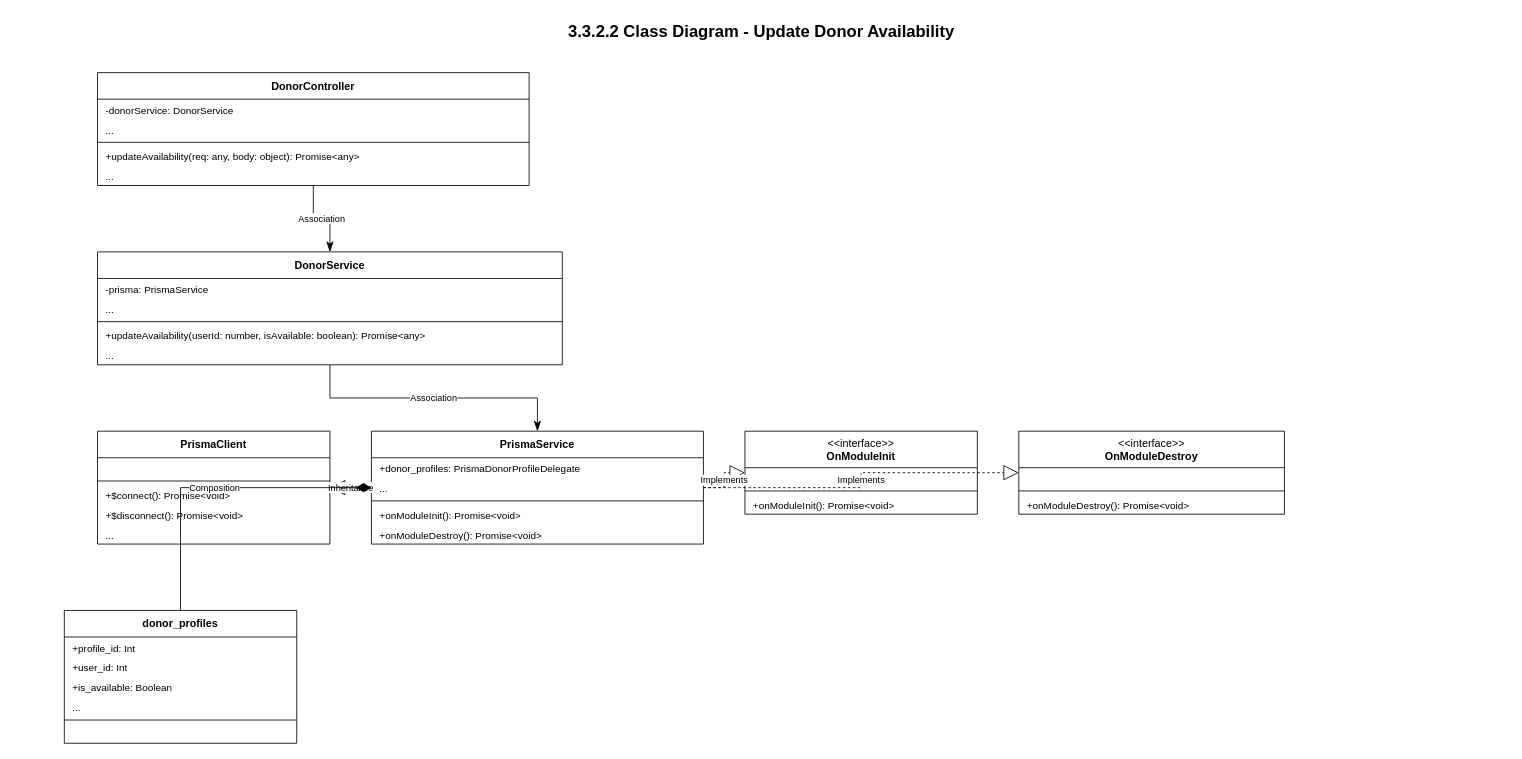
Before: page "Update Donor Availability" (3 of 7) of donor_all_class_diagrams.drawio in CuongBC195/class-diagram-donation-blood, a draw.io diagram. Source tidied: cells renumbered, new cells numbered last; positions are measured from the earlier drawing's top-left corner, leaving out a move shared by most shapes. Both pictures are drawn from the tidied source at 83%, with x=0, y=0 at pixel (14, 14).
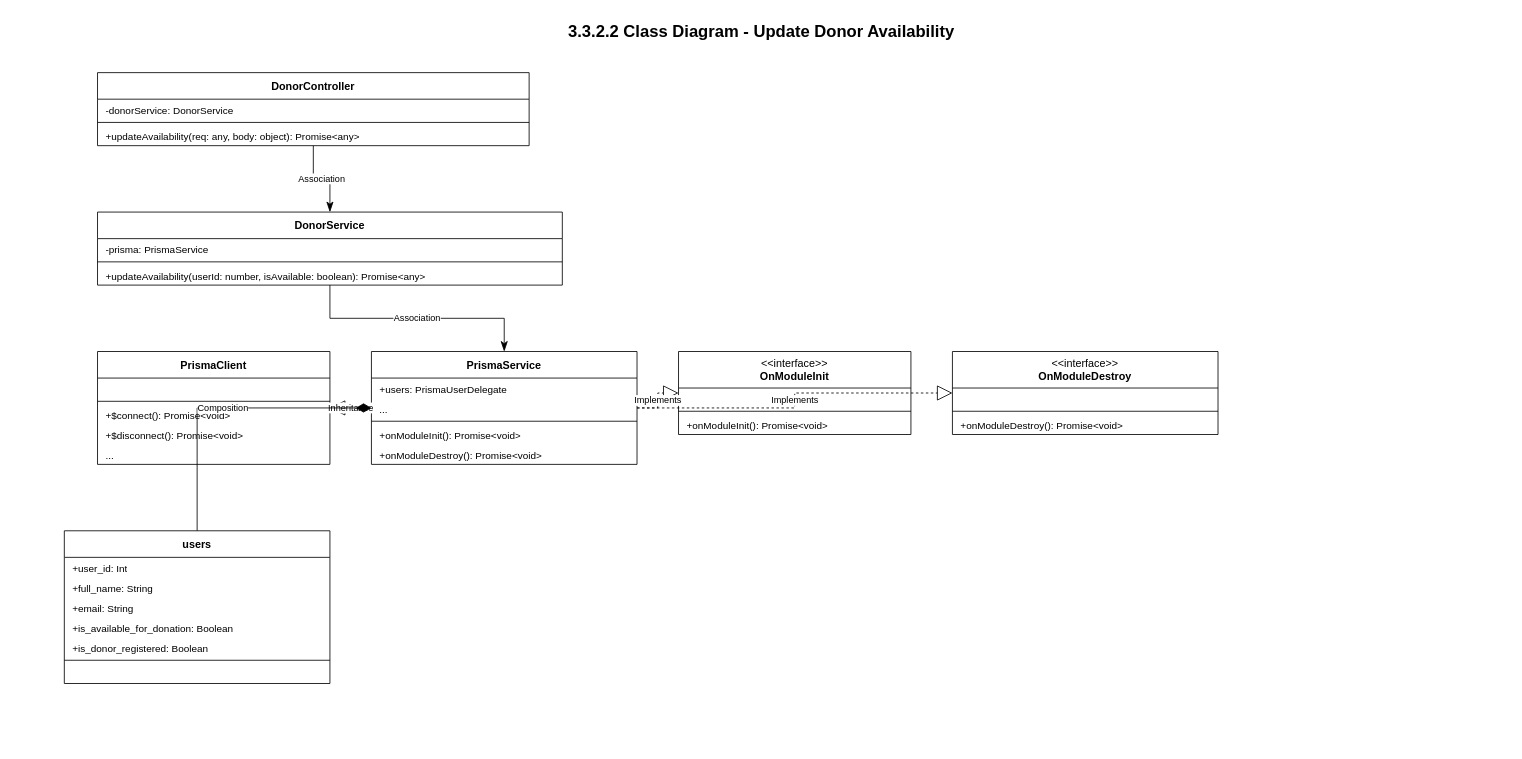
Above is the later version.

Commit message (it also covers changes not shown here):
fix(diagrams): audit Module 3.3 Donor (7 tabs) 100% matched with code & schema

What changed in the source:
```diff
@@
     <mxCell id="3" value="&lt;b&gt;DonorController&lt;/b&gt;" style="swimlane;fontStyle=0;horizontal=1;startSize=32;whiteSpace=wrap;html=1;fillColor=#ffffff;strokeColor=#000000;swimlaneFillColor=#ffffff;fontColor=#000000;fontFamily=Arial;fontSize=13;" parent="1" vertex="1">
-      <mxGeometry x="100" y="70" width="520" height="136" as="geometry" />
+      <mxGeometry x="100" y="70" width="520" height="88" as="geometry" />
     </mxCell>
@@
-    <mxCell id="5" value="..." style="text;strokeColor=none;fillColor=none;align=left;verticalAlign=top;spacingLeft=8;spacingRight=8;overflow=hidden;whiteSpace=wrap;html=1;fontFamily=Arial;fontSize=12;fontColor=#000000;" parent="3" vertex="1">
-      <mxGeometry y="56" width="520" height="24" as="geometry" />
-    </mxCell>
     <mxCell id="6" style="line;strokeWidth=1;fillColor=none;strokeColor=#000000;align=left;verticalAlign=middle;" parent="3" vertex="1">
-      <mxGeometry y="80" width="520" height="8" as="geometry" />
+      <mxGeometry y="56" width="520" height="8" as="geometry" />
     </mxCell>
     <mxCell id="7" value="+updateAvailability(req: any, body: object): Promise&amp;lt;any&amp;gt;" style="text;strokeColor=none;fillColor=none;align=left;verticalAlign=top;spacingLeft=8;spacingRight=8;overflow=hidden;whiteSpace=wrap;html=1;fontFamily=Arial;fontSize=12;fontColor=#000000;" parent="3" vertex="1">
-      <mxGeometry y="88" width="520" height="24" as="geometry" />
+      <mxGeometry y="64" width="520" height="24" as="geometry" />
     </mxCell>
-    <mxCell id="8" value="..." style="text;strokeColor=none;fillColor=none;align=left;verticalAlign=top;spacingLeft=8;spacingRight=8;overflow=hidden;whiteSpace=wrap;html=1;fontFamily=Arial;fontSize=12;fontColor=#000000;" parent="3" vertex="1">
-      <mxGeometry y="112" width="520" height="24" as="geometry" />
-    </mxCell>
     <mxCell id="9" value="&lt;b&gt;DonorService&lt;/b&gt;" style="swimlane;fontStyle=0;horizontal=1;startSize=32;whiteSpace=wrap;html=1;fillColor=#ffffff;strokeColor=#000000;swimlaneFillColor=#ffffff;fontColor=#000000;fontFamily=Arial;fontSize=13;" parent="1" vertex="1">
-      <mxGeometry x="100" y="286" width="560" height="136" as="geometry" />
+      <mxGeometry x="100" y="238" width="560" height="88" as="geometry" />
     </mxCell>
@@
-    <mxCell id="11" value="..." style="text;strokeColor=none;fillColor=none;align=left;verticalAlign=top;spacingLeft=8;spacingRight=8;overflow=hidden;whiteSpace=wrap;html=1;fontFamily=Arial;fontSize=12;fontColor=#000000;" parent="9" vertex="1">
-      <mxGeometry y="56" width="560" height="24" as="geometry" />
-    </mxCell>
     <mxCell id="12" style="line;strokeWidth=1;fillColor=none;strokeColor=#000000;align=left;verticalAlign=middle;" parent="9" vertex="1">
-      <mxGeometry y="80" width="560" height="8" as="geometry" />
+      <mxGeometry y="56" width="560" height="8" as="geometry" />
     </mxCell>
     <mxCell id="13" value="+updateAvailability(userId: number, isAvailable: boolean): Promise&amp;lt;any&amp;gt;" style="text;strokeColor=none;fillColor=none;align=left;verticalAlign=top;spacingLeft=8;spacingRight=8;overflow=hidden;whiteSpace=wrap;html=1;fontFamily=Arial;fontSize=12;fontColor=#000000;" parent="9" vertex="1">
-      <mxGeometry y="88" width="560" height="24" as="geometry" />
+      <mxGeometry y="64" width="560" height="24" as="geometry" />
     </mxCell>
-    <mxCell id="14" value="..." style="text;strokeColor=none;fillColor=none;align=left;verticalAlign=top;spacingLeft=8;spacingRight=8;overflow=hidden;whiteSpace=wrap;html=1;fontFamily=Arial;fontSize=12;fontColor=#000000;" parent="9" vertex="1">
-      <mxGeometry y="112" width="560" height="24" as="geometry" />
-    </mxCell>
     <mxCell id="15" value="&amp;lt;&amp;lt;interface&amp;gt;&amp;gt;&lt;br&gt;&lt;b&gt;OnModuleInit&lt;/b&gt;" style="swimlane;fontStyle=0;horizontal=1;startSize=44;whiteSpace=wrap;html=1;fillColor=#ffffff;strokeColor=#000000;swimlaneFillColor=#ffffff;fontColor=#000000;fontFamily=Arial;fontSize=13;" parent="1" vertex="1">
-      <mxGeometry x="880" y="502" width="280" height="100" as="geometry" />
+      <mxGeometry x="800" y="406" width="280" height="100" as="geometry" />
     </mxCell>
@@
     <mxCell id="19" value="&amp;lt;&amp;lt;interface&amp;gt;&amp;gt;&lt;br&gt;&lt;b&gt;OnModuleDestroy&lt;/b&gt;" style="swimlane;fontStyle=0;horizontal=1;startSize=44;whiteSpace=wrap;html=1;fillColor=#ffffff;strokeColor=#000000;swimlaneFillColor=#ffffff;fontColor=#000000;fontFamily=Arial;fontSize=13;" parent="1" vertex="1">
-      <mxGeometry x="1210" y="502" width="320" height="100" as="geometry" />
+      <mxGeometry x="1130" y="406" width="320" height="100" as="geometry" />
     </mxCell>
@@
     <mxCell id="23" value="&lt;b&gt;PrismaClient&lt;/b&gt;" style="swimlane;fontStyle=0;horizontal=1;startSize=32;whiteSpace=wrap;html=1;fillColor=#ffffff;strokeColor=#000000;swimlaneFillColor=#ffffff;fontColor=#000000;fontFamily=Arial;fontSize=13;" parent="1" vertex="1">
-      <mxGeometry x="100" y="502" width="280" height="136" as="geometry" />
+      <mxGeometry x="100" y="406" width="280" height="136" as="geometry" />
     </mxCell>
@@
     <mxCell id="29" value="&lt;b&gt;PrismaService&lt;/b&gt;" style="swimlane;fontStyle=0;horizontal=1;startSize=32;whiteSpace=wrap;html=1;fillColor=#ffffff;strokeColor=#000000;swimlaneFillColor=#ffffff;fontColor=#000000;fontFamily=Arial;fontSize=13;" parent="1" vertex="1">
-      <mxGeometry x="430" y="502" width="400" height="136" as="geometry" />
+      <mxGeometry x="430" y="406" width="320" height="136" as="geometry" />
     </mxCell>
-    <mxCell id="30" value="+donor_profiles: PrismaDonorProfileDelegate" style="text;strokeColor=none;fillColor=none;align=left;verticalAlign=top;spacingLeft=8;spacingRight=8;overflow=hidden;whiteSpace=wrap;html=1;fontFamily=Arial;fontSize=12;fontColor=#000000;" parent="29" vertex="1">
-      <mxGeometry y="32" width="400" height="24" as="geometry" />
+    <mxCell id="30" value="+users: PrismaUserDelegate" style="text;strokeColor=none;fillColor=none;align=left;verticalAlign=top;spacingLeft=8;spacingRight=8;overflow=hidden;whiteSpace=wrap;html=1;fontFamily=Arial;fontSize=12;fontColor=#000000;" parent="29" vertex="1">
+      <mxGeometry y="32" width="320" height="24" as="geometry" />
     </mxCell>
     <mxCell id="31" value="..." style="text;strokeColor=none;fillColor=none;align=left;verticalAlign=top;spacingLeft=8;spacingRight=8;overflow=hidden;whiteSpace=wrap;html=1;fontFamily=Arial;fontSize=12;fontColor=#000000;" parent="29" vertex="1">
-      <mxGeometry y="56" width="400" height="24" as="geometry" />
+      <mxGeometry y="56" width="320" height="24" as="geometry" />
     </mxCell>
     <mxCell id="32" style="line;strokeWidth=1;fillColor=none;strokeColor=#000000;align=left;verticalAlign=middle;" parent="29" vertex="1">
-      <mxGeometry y="80" width="400" height="8" as="geometry" />
+      <mxGeometry y="80" width="320" height="8" as="geometry" />
     </mxCell>
     <mxCell id="33" value="+onModuleInit(): Promise&amp;lt;void&amp;gt;" style="text;strokeColor=none;fillColor=none;align=left;verticalAlign=top;spacingLeft=8;spacingRight=8;overflow=hidden;whiteSpace=wrap;html=1;fontFamily=Arial;fontSize=12;fontColor=#000000;" parent="29" vertex="1">
-      <mxGeometry y="88" width="400" height="24" as="geometry" />
+      <mxGeometry y="88" width="320" height="24" as="geometry" />
     </mxCell>
     <mxCell id="34" value="+onModuleDestroy(): Promise&amp;lt;void&amp;gt;" style="text;strokeColor=none;fillColor=none;align=left;verticalAlign=top;spacingLeft=8;spacingRight=8;overflow=hidden;whiteSpace=wrap;html=1;fontFamily=Arial;fontSize=12;fontColor=#000000;" parent="29" vertex="1">
-      <mxGeometry y="112" width="400" height="24" as="geometry" />
+      <mxGeometry y="112" width="320" height="24" as="geometry" />
     </mxCell>
-    <mxCell id="35" value="&lt;b&gt;donor_profiles&lt;/b&gt;" style="swimlane;fontStyle=0;horizontal=1;startSize=32;whiteSpace=wrap;html=1;fillColor=#ffffff;strokeColor=#000000;swimlaneFillColor=#ffffff;fontColor=#000000;fontFamily=Arial;fontSize=13;" parent="1" vertex="1">
-      <mxGeometry x="60" y="718" width="280" height="160" as="geometry" />
-    </mxCell>
-    <mxCell id="36" value="+profile_id: Int" style="text;strokeColor=none;fillColor=none;align=left;verticalAlign=top;spacingLeft=8;spacingRight=8;overflow=hidden;whiteSpace=wrap;html=1;fontFamily=Arial;fontSize=12;fontColor=#000000;" parent="35" vertex="1">
-      <mxGeometry y="32" width="280" height="24" as="geometry" />
-    </mxCell>
+    <mxCell id="48" value="&lt;b&gt;users&lt;/b&gt;" style="swimlane;fontStyle=0;horizontal=1;startSize=32;whiteSpace=wrap;html=1;fillColor=#ffffff;strokeColor=#000000;swimlaneFillColor=#ffffff;fontColor=#000000;fontFamily=Arial;fontSize=13;" parent="1" vertex="1">
+      <mxGeometry x="60" y="622" width="320" height="184" as="geometry" />
+    </mxCell>
-    <mxCell id="37" value="+user_id: Int" style="text;strokeColor=none;fillColor=none;align=left;verticalAlign=top;spacingLeft=8;spacingRight=8;overflow=hidden;whiteSpace=wrap;html=1;fontFamily=Arial;fontSize=12;fontColor=#000000;" parent="35" vertex="1">
-      <mxGeometry y="56" width="280" height="24" as="geometry" />
+    <mxCell id="37" value="+user_id: Int" style="text;strokeColor=none;fillColor=none;align=left;verticalAlign=top;spacingLeft=8;spacingRight=8;overflow=hidden;whiteSpace=wrap;html=1;fontFamily=Arial;fontSize=12;fontColor=#000000;" parent="48" vertex="1">
+      <mxGeometry y="32" width="320" height="24" as="geometry" />
     </mxCell>
-    <mxCell id="38" value="+is_available: Boolean" style="text;strokeColor=none;fillColor=none;align=left;verticalAlign=top;spacingLeft=8;spacingRight=8;overflow=hidden;whiteSpace=wrap;html=1;fontFamily=Arial;fontSize=12;fontColor=#000000;" parent="35" vertex="1">
-      <mxGeometry y="80" width="280" height="24" as="geometry" />
-    </mxCell>
-    <mxCell id="39" value="..." style="text;strokeColor=none;fillColor=none;align=left;verticalAlign=top;spacingLeft=8;spacingRight=8;overflow=hidden;whiteSpace=wrap;html=1;fontFamily=Arial;fontSize=12;fontColor=#000000;" parent="35" vertex="1">
-      <mxGeometry y="104" width="280" height="24" as="geometry" />
-    </mxCell>
-    <mxCell id="40" style="line;strokeWidth=1;fillColor=none;strokeColor=#000000;align=left;verticalAlign=middle;" parent="35" vertex="1">
-      <mxGeometry y="128" width="280" height="8" as="geometry" />
-    </mxCell>
-    <mxCell id="41" value=" " style="text;strokeColor=none;fillColor=none;align=left;verticalAlign=top;spacingLeft=8;spacingRight=8;overflow=hidden;whiteSpace=wrap;html=1;fontFamily=Arial;fontSize=12;fontColor=#000000;" parent="35" vertex="1">
-      <mxGeometry y="136" width="280" height="24" as="geometry" />
-    </mxCell>
+    <mxCell id="49" value="+full_name: String" style="text;strokeColor=none;fillColor=none;align=left;verticalAlign=top;spacingLeft=8;spacingRight=8;overflow=hidden;whiteSpace=wrap;html=1;fontFamily=Arial;fontSize=12;fontColor=#000000;" parent="48" vertex="1">
+      <mxGeometry y="56" width="320" height="24" as="geometry" />
+    </mxCell>
+    <mxCell id="50" value="+email: String" style="text;strokeColor=none;fillColor=none;align=left;verticalAlign=top;spacingLeft=8;spacingRight=8;overflow=hidden;whiteSpace=wrap;html=1;fontFamily=Arial;fontSize=12;fontColor=#000000;" parent="48" vertex="1">
+      <mxGeometry y="80" width="320" height="24" as="geometry" />
+    </mxCell>
+    <mxCell id="51" value="+is_available_for_donation: Boolean" style="text;strokeColor=none;fillColor=none;align=left;verticalAlign=top;spacingLeft=8;spacingRight=8;overflow=hidden;whiteSpace=wrap;html=1;fontFamily=Arial;fontSize=12;fontColor=#000000;" parent="48" vertex="1">
+      <mxGeometry y="104" width="320" height="24" as="geometry" />
+    </mxCell>
+    <mxCell id="52" value="+is_donor_registered: Boolean" style="text;strokeColor=none;fillColor=none;align=left;verticalAlign=top;spacingLeft=8;spacingRight=8;overflow=hidden;whiteSpace=wrap;html=1;fontFamily=Arial;fontSize=12;fontColor=#000000;" parent="48" vertex="1">
+      <mxGeometry y="128" width="320" height="24" as="geometry" />
+    </mxCell>
+    <mxCell id="53" style="line;strokeWidth=1;fillColor=none;strokeColor=#000000;align=left;verticalAlign=middle;" parent="48" vertex="1">
+      <mxGeometry y="152" width="320" height="8" as="geometry" />
+    </mxCell>
+    <mxCell id="54" value=" " style="text;strokeColor=none;fillColor=none;align=left;verticalAlign=top;spacingLeft=8;spacingRight=8;overflow=hidden;whiteSpace=wrap;html=1;fontFamily=Arial;fontSize=12;fontColor=#000000;" parent="48" vertex="1">
+      <mxGeometry y="160" width="320" height="24" as="geometry" />
+    </mxCell>
@@
-    <mxCell id="47" value="Composition" style="html=1;rounded=0;edgeStyle=orthogonalEdgeStyle;strokeColor=#000000;fontColor=#000000;labelBackgroundColor=#ffffff;fontFamily=Arial;fontSize=11;dashed=0;startArrow=diamondThin;startFill=1;startSize=16;endArrow=none;" parent="1" edge="1" source="29" target="35">
+    <mxCell id="47" value="Composition" style="html=1;rounded=0;edgeStyle=orthogonalEdgeStyle;strokeColor=#000000;fontColor=#000000;labelBackgroundColor=#ffffff;fontFamily=Arial;fontSize=11;dashed=0;startArrow=diamondThin;startFill=1;startSize=16;endArrow=none;" parent="1" edge="1" source="29" target="48">
       <mxGeometry relative="1" as="geometry" />
     </mxCell>
```
